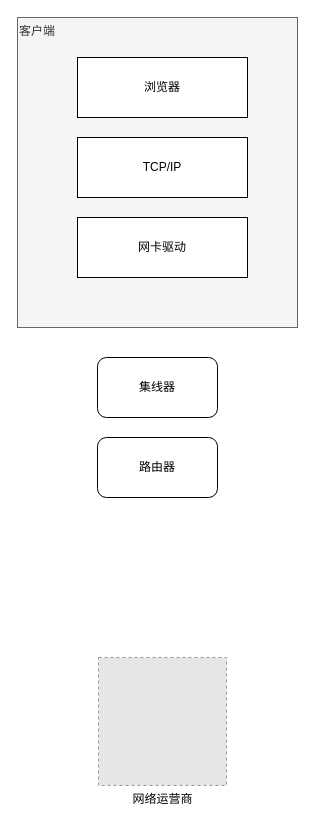
Above: resource/简明网络通信架构图.drawio in moxingwang/Java-IO (draw.io), before the change. Source tidied: cells renumbered, new cells numbered last; positions are measured from the earlier drawing's top-left corner, leaving out a move shared by most shapes. Both pictures are drawn from the tidied source at 100%, with x=0, y=0 at pixel (17, 17). Pictures stored in the file or linked from it are replaced by grey dashed boxes.
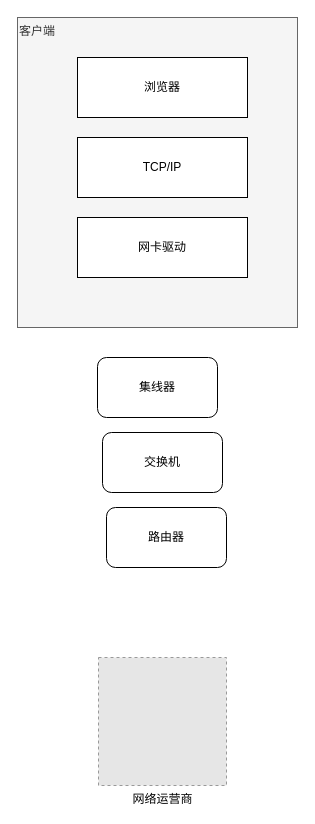
Above is the later version.

Change to the diagram source:
```diff
@@
 <mxGraphModel>
   <root>
     <mxCell id="0" />
     <mxCell id="1" parent="0" />
     <mxCell id="2" value="客户端" style="rounded=0;whiteSpace=wrap;html=1;align=left;verticalAlign=top;fillColor=#f5f5f5;strokeColor=#666666;fontColor=#333333;" parent="1" vertex="1">
       <mxGeometry width="280" height="310" as="geometry" />
     </mxCell>
     <mxCell id="3" value="浏览器" style="rounded=0;whiteSpace=wrap;html=1;align=center;" parent="1" vertex="1">
       <mxGeometry x="60" y="40" width="170" height="60" as="geometry" />
     </mxCell>
     <mxCell id="4" value="TCP/IP" style="rounded=0;whiteSpace=wrap;html=1;align=center;" parent="1" vertex="1">
       <mxGeometry x="60" y="120" width="170" height="60" as="geometry" />
     </mxCell>
     <mxCell id="5" value="网卡驱动" style="rounded=0;whiteSpace=wrap;html=1;align=center;" parent="1" vertex="1">
       <mxGeometry x="60" y="200" width="170" height="60" as="geometry" />
     </mxCell>
     <mxCell id="6" value="路由器" style="rounded=1;whiteSpace=wrap;html=1;align=center;" parent="1" vertex="1">
-      <mxGeometry x="80" y="420" width="120" height="60" as="geometry" />
+      <mxGeometry x="89" y="490" width="120" height="60" as="geometry" />
     </mxCell>
     <mxCell id="7" value="集线器" style="rounded=1;whiteSpace=wrap;html=1;align=center;" parent="1" vertex="1">
       <mxGeometry x="80" y="340" width="120" height="60" as="geometry" />
     </mxCell>
     <mxCell id="8" value="网络运营商" style="fillColor=#E6E6E6;strokeColor=#999999;dashed=1;html=1;verticalAlign=top;verticalLabelPosition=bottom;labelBackgroundColor=#ffffff;align=center;" parent="1" vertex="1">
       <mxGeometry x="81" y="640" width="128" height="128" as="geometry" />
     </mxCell>
+    <mxCell id="9" value="交换机" style="rounded=1;whiteSpace=wrap;html=1;align=center;" parent="1" vertex="1">
+      <mxGeometry x="85" y="415" width="120" height="60" as="geometry" />
+    </mxCell>
   </root>
 </mxGraphModel>
```
